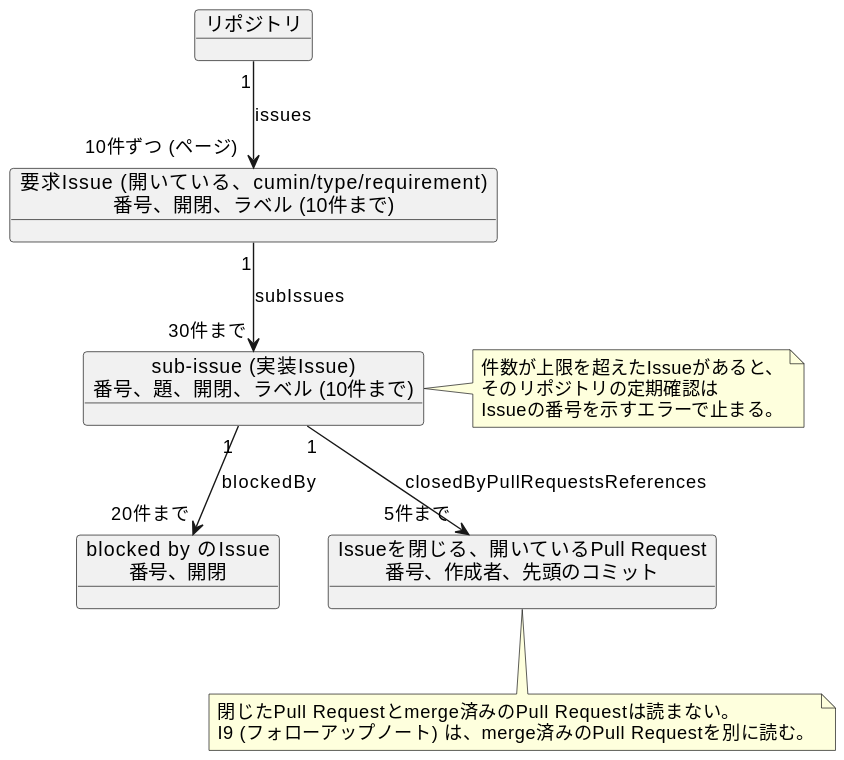
The PlantUML diagram docs/ja/designs/poll-snapshot.svg in cloveclovedev/cumin-works, before a commit.
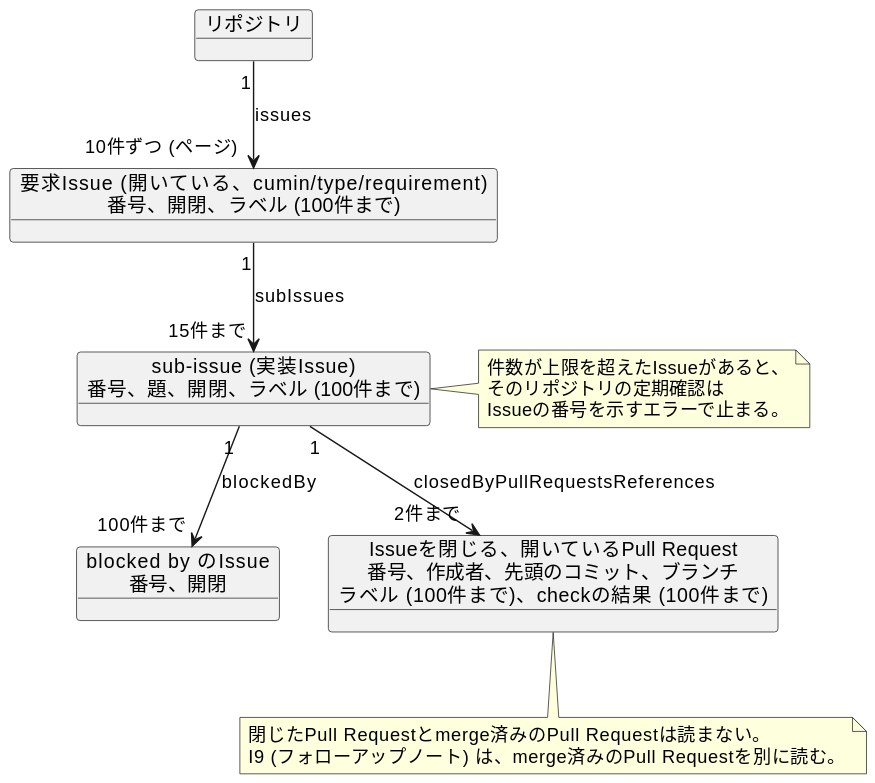
After the change.

The edit, as a diff of the source:
```diff
@@ -3,15 +3,15 @@
 skinparam defaultFontName sans-serif
 
 object "リポジトリ" as repo
-object "要求Issue (開いている、cumin/type/requirement)\n番号、開閉、ラベル (10件まで)" as req
-object "sub-issue (実装Issue)\n番号、題、開閉、ラベル (10件まで)" as sub
+object "要求Issue (開いている、cumin/type/requirement)\n番号、開閉、ラベル (100件まで)" as req
+object "sub-issue (実装Issue)\n番号、題、開閉、ラベル (100件まで)" as sub
 object "blocked by のIssue\n番号、開閉" as blocker
-object "Issueを閉じる、開いているPull Request\n番号、作成者、先頭のコミット" as pr
+object "Issueを閉じる、開いているPull Request\n番号、作成者、先頭のコミット、ブランチ\nラベル (100件まで)、checkの結果 (100件まで)" as pr
 
 repo "1" --> "10件ずつ (ページ)" req : issues
-req "1" --> "30件まで" sub : subIssues
-sub "1" --> "20件まで" blocker : blockedBy
-sub "1" --> "5件まで" pr : closedByPullRequestsReferences
+req "1" --> "15件まで" sub : subIssues
+sub "1" --> "100件まで" blocker : blockedBy
+sub "1" --> "2件まで" pr : closedByPullRequestsReferences
 
 note bottom of pr
   閉じたPull Requestとmerge済みのPull Requestは読まない。
```
